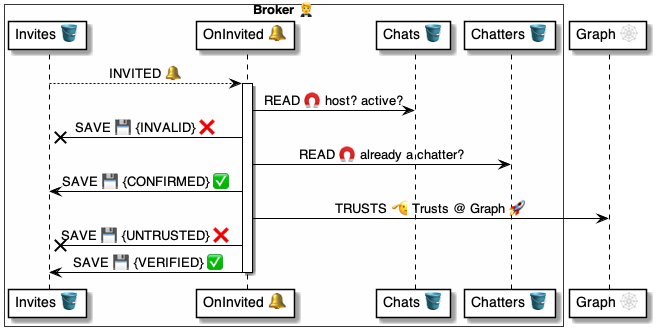
Before: 4 ⚙️ Solution/20 🧑‍🦰 UI/Brokers 🤵/🤵🪣 Broker tables/Invites 🤲 table/🪣🧱 1 Invited 🔔/🤵 OnInviteInvited ⚙️ uml.png, a diagram exported from PlantUML (pollyweb-org/pollyweb-docs). Its source is kept beside it as 4 ⚙️ Solution/20 🧑‍🦰 UI/Brokers 🤵/🤵🪣 Broker tables/Invites 🤲 table/🪣🧱 1 Invited 🔔/🤵 OnInviteInvited ⚙️ uml.puml.
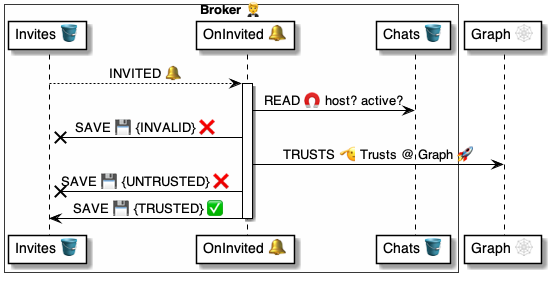
Later version of the same file.

What changed in the source:
```diff
@@ -4,7 +4,6 @@
     participant "Invites 🪣" as invites
     participant "OnInvited 🔔" as broker
     participant "Chats 🪣" as chats
-    participant "Chatters 🪣" as chatters
 end box
 participant "Graph 🕸" as graph
 
@@ -14,11 +13,9 @@
 activate broker
     broker -> chats: READ 🧲 host? active?
     broker -x invites: SAVE 💾 {INVALID} ❌
-    broker -> chatters: READ 🧲 already a chatter?
-    broker -> invites: SAVE 💾 {CONFIRMED} ✅
     broker -> graph: TRUSTS 🫡 Trusts @ Graph 🚀
     broker -x invites: SAVE 💾 {UNTRUSTED} ❌
-    broker -> invites: SAVE 💾 {VERIFIED} ✅
+    broker -> invites: SAVE 💾 {TRUSTED} ✅
 deactivate broker
 
 @enduml
```
